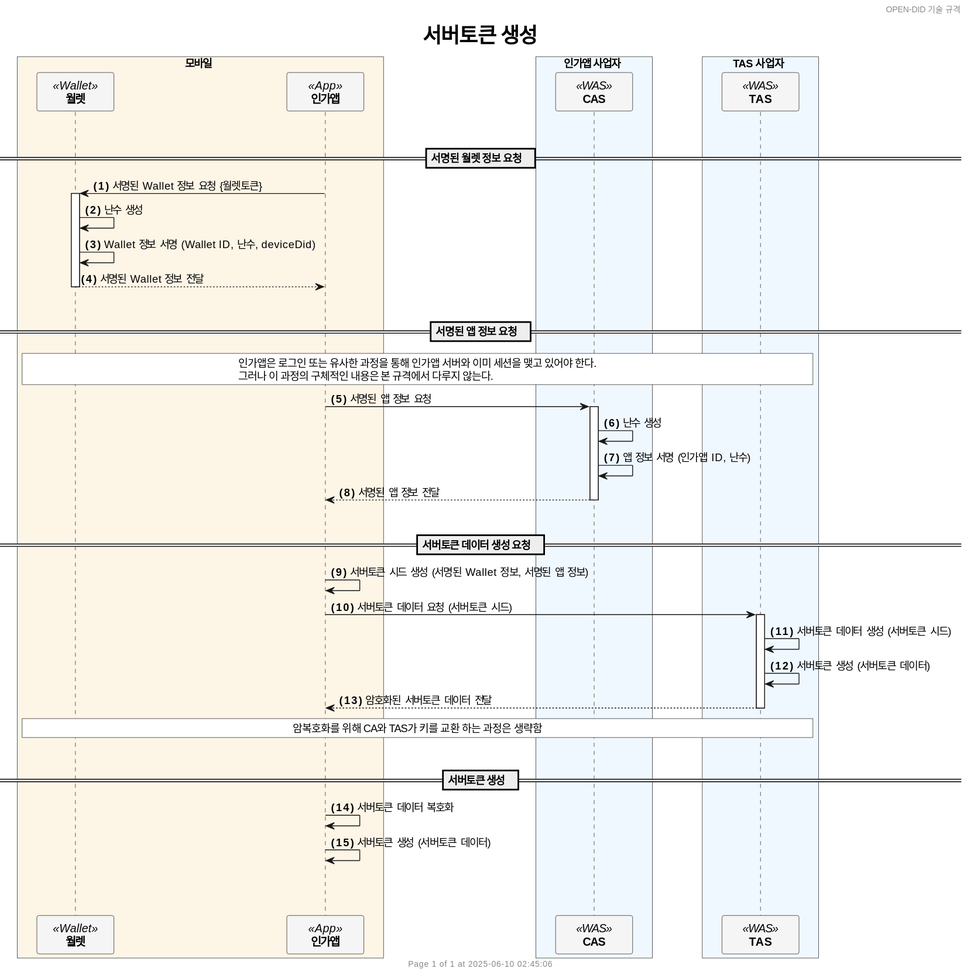
Above: docs/sequence/simple/images/issue_server_token_simple_ko.svg in OmniOneID/did-doc-architecture (PlantUML), before the change.
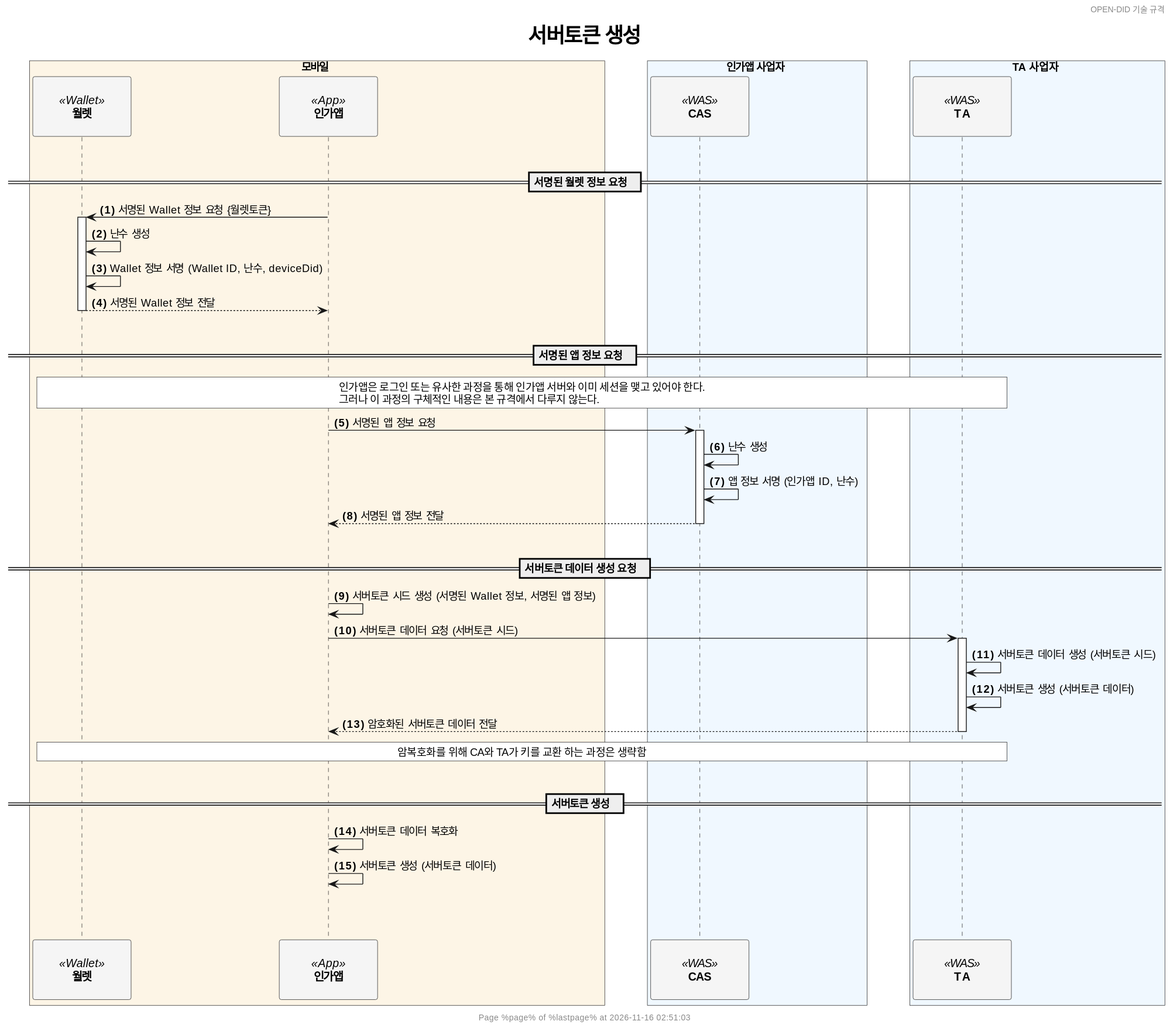
Above is the later version.

The edit, as a diff of the source:
```diff
@@ -10,7 +10,11 @@
 
 autonumber "<b>(#)</b>"
 
-skinparam ParticipantPadding 20
+<style>
+participant {
+  Padding 20
+}
+</style>
 skinparam BoxPadding 20
 skinparam MaxMessageSize 500
 skinparam MinClassWidth 80
@@ -24,8 +28,8 @@
     participant "**CAS**" as CAS <<WAS>> #WhiteSmoke
 end box
 
-box TAS 사업자 #AliceBlue
-    participant "**TAS**" as TAS <<WAS>> #WhiteSmoke
+box TA 사업자 #AliceBlue
+    participant "**TA**" as TA <<WAS>> #WhiteSmoke
 end box
 
 !$refdoc = "별도 문서 참조"
@@ -55,13 +59,13 @@
 == 서버토큰 데이터 생성 요청  ==
 CA -> CA: 서버토큰 시드 생성 (서명된 Wallet 정보, 서명된 앱 정보)
 
-CA -> TAS++ : 서버토큰 데이터 요청 (서버토큰 시드)
-TAS -> TAS: 서버토큰 데이터 생성 (서버토큰 시드)
-TAS -> TAS: 서버토큰 생성 (서버토큰 데이터)
-TAS --> CA--: 암호화된 서버토큰 데이터 전달
+CA -> TA++ : 서버토큰 데이터 요청 (서버토큰 시드)
+TA -> TA: 서버토큰 데이터 생성 (서버토큰 시드)
+TA -> TA: 서버토큰 생성 (서버토큰 데이터)
+TA --> CA--: 암호화된 서버토큰 데이터 전달
 
 rnote across #white
-    암복호화를 위해 CA와 TAS가 키를 교환 하는 과정은 생략함
+    암복호화를 위해 CA와 TA가 키를 교환 하는 과정은 생략함
 end note
 
 |||
```
